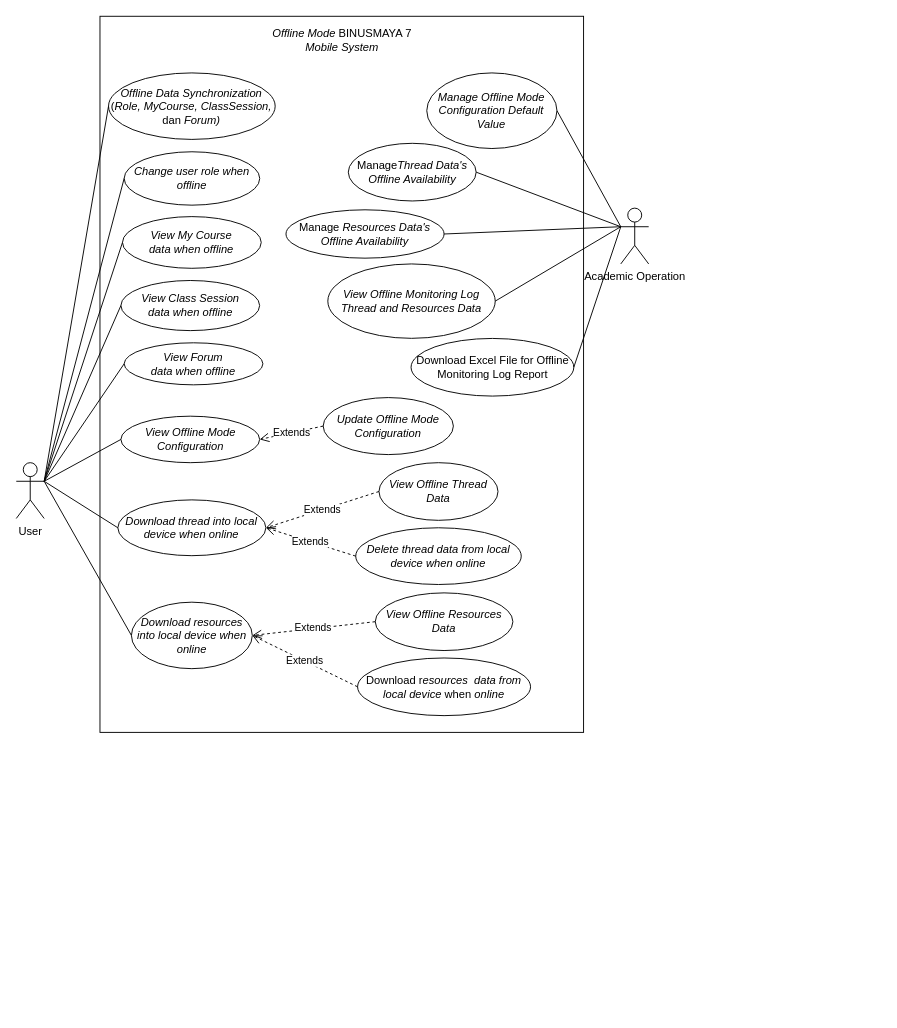
Earlier version of the draw.io diagram diagrams/UseCase.drawio (angeliawidjaja/offline-mode-paper). Source tidied: cells renumbered, new cells numbered last; positions are measured from the earlier drawing's top-left corner, leaving out a move shared by most shapes. Both pictures are drawn from the tidied source at 93%, with x=0, y=0 at pixel (16, 16).
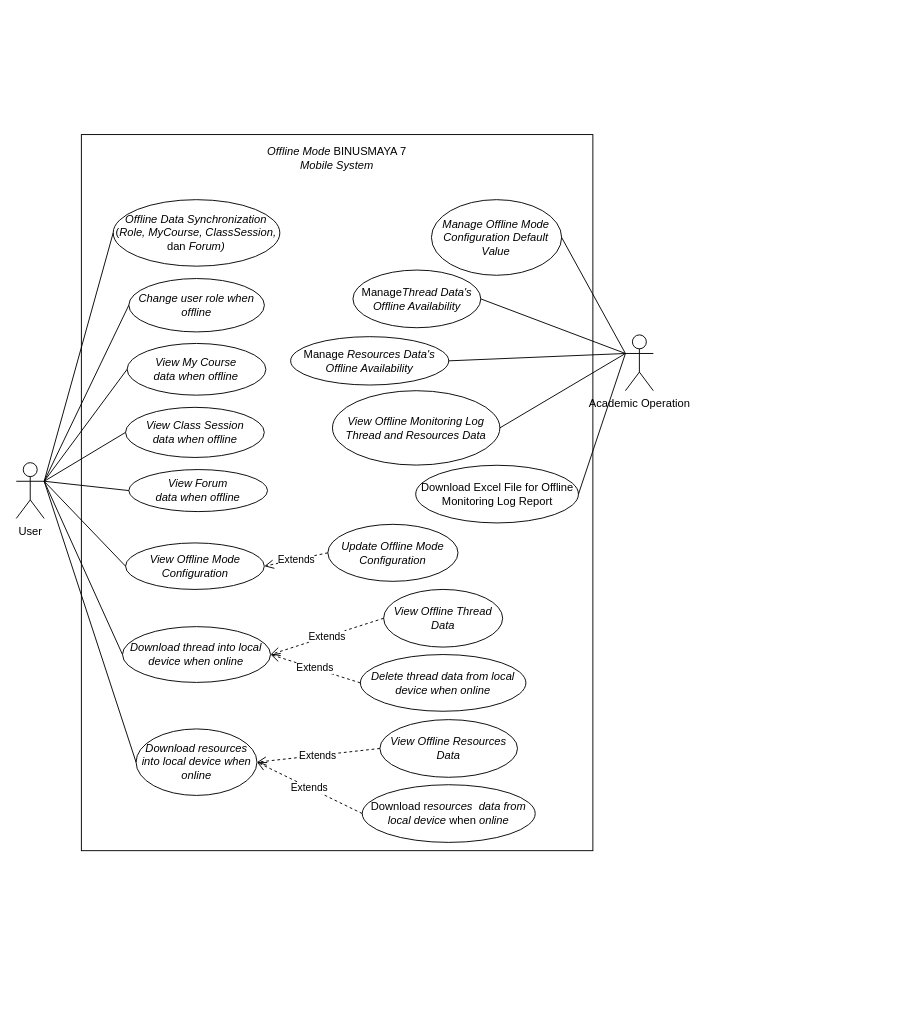
The same page after the edit.

Diff of the diagram source:
```diff
@@
+    <mxCell id="4" style="rounded=0;whiteSpace=wrap;html=1;flipH=1;" parent="1" vertex="1">
+      <mxGeometry x="70" y="127.2" width="550" height="770" as="geometry" />
+    </mxCell>
+    <mxCell id="34" value="&lt;i&gt;Offline Mode &lt;/i&gt;BINUSMAYA 7 &lt;i&gt;Mobile System&lt;/i&gt;" style="text;html=1;strokeColor=none;fillColor=none;align=center;verticalAlign=middle;whiteSpace=wrap;rounded=0;flipH=1;" parent="1" vertex="1">
+      <mxGeometry x="265.2" y="127.2" width="159.6" height="51.1" as="geometry" />
+    </mxCell>
@@
-    <mxCell id="3" style="group;" parent="1" vertex="1">
-      <mxGeometry x="90" width="840" height="1070" as="geometry" />
-    </mxCell>
-    <mxCell id="4" style="rounded=0;whiteSpace=wrap;html=1;flipH=1;" parent="3" vertex="1">
-      <mxGeometry width="520" height="770" as="geometry" />
-    </mxCell>
-    <mxCell id="5" value="&lt;i&gt;Offline Data Synchronization&lt;/i&gt;&lt;br&gt;(&lt;i&gt;Role, MyCourse, ClassSession, &lt;/i&gt;dan&lt;i&gt;&amp;nbsp;Forum)&lt;/i&gt;" style="ellipse;whiteSpace=wrap;html=1;" parent="3" vertex="1">
-      <mxGeometry x="9.2" y="60.9" width="179.2" height="71.5" as="geometry" />
+    <mxCell id="5" value="&lt;i&gt;Offline Data Synchronization&lt;/i&gt;&lt;br&gt;(&lt;i&gt;Role, MyCourse, ClassSession, &lt;/i&gt;dan&lt;i&gt;&amp;nbsp;Forum)&lt;/i&gt;" style="ellipse;whiteSpace=wrap;html=1;" parent="1" vertex="1">
+      <mxGeometry x="104.2" y="197.2" width="179.2" height="71.5" as="geometry" />
     </mxCell>
-    <mxCell id="6" value="&lt;i&gt;View&amp;nbsp;Offline Mode Configuration&lt;/i&gt;" style="ellipse;whiteSpace=wrap;html=1;" parent="3" vertex="1">
-      <mxGeometry x="22.5" y="430" width="149.2" height="50" as="geometry" />
+    <mxCell id="6" value="&lt;i&gt;View&amp;nbsp;Offline Mode Configuration&lt;/i&gt;" style="ellipse;whiteSpace=wrap;html=1;" parent="1" vertex="1">
+      <mxGeometry x="117.5" y="566.3" width="149.2" height="50" as="geometry" />
     </mxCell>
-    <mxCell id="7" value="&lt;i&gt;Change user role when offline&lt;/i&gt;" style="ellipse;whiteSpace=wrap;html=1;" parent="3" vertex="1">
-      <mxGeometry x="26" y="145.7" width="145.8" height="57.4" as="geometry" />
+    <mxCell id="7" value="&lt;i&gt;Change user role when offline&lt;/i&gt;" style="ellipse;whiteSpace=wrap;html=1;" parent="1" vertex="1">
+      <mxGeometry x="121" y="282" width="145.8" height="57.4" as="geometry" />
     </mxCell>
-    <mxCell id="8" value="&lt;i&gt;View My Course data&amp;nbsp;when&amp;nbsp;offline&lt;/i&gt;" style="ellipse;whiteSpace=wrap;html=1;" parent="3" vertex="1">
-      <mxGeometry x="24.2" y="215.4" width="149.2" height="55.6" as="geometry" />
+    <mxCell id="8" value="&lt;i&gt;View My Course data&amp;nbsp;when&amp;nbsp;offline&lt;/i&gt;" style="ellipse;whiteSpace=wrap;html=1;" parent="1" vertex="1">
+      <mxGeometry x="119.2" y="351.8" width="149.2" height="55.6" as="geometry" />
     </mxCell>
-    <mxCell id="9" value="&lt;i style=&quot;border-color: var(--border-color);&quot;&gt;View&amp;nbsp;Class Session data&amp;nbsp;when&amp;nbsp;offline&lt;/i&gt;" style="ellipse;whiteSpace=wrap;html=1;" parent="3" vertex="1">
-      <mxGeometry x="22.5" y="284.1" width="149.2" height="53.9" as="geometry" />
+    <mxCell id="9" value="&lt;i style=&quot;border-color: var(--border-color);&quot;&gt;View&amp;nbsp;Class Session data&amp;nbsp;when&amp;nbsp;offline&lt;/i&gt;" style="ellipse;whiteSpace=wrap;html=1;" parent="1" vertex="1">
+      <mxGeometry x="117.5" y="420.5" width="149.2" height="53.9" as="geometry" />
     </mxCell>
-    <mxCell id="10" value="&lt;i style=&quot;border-color: var(--border-color);&quot;&gt;View&amp;nbsp;Forum data&amp;nbsp;when&amp;nbsp;offline&lt;/i&gt;" style="ellipse;whiteSpace=wrap;html=1;" parent="3" vertex="1">
-      <mxGeometry x="26" y="351.1" width="149.2" height="45.2" as="geometry" />
+    <mxCell id="10" value="&lt;i style=&quot;border-color: var(--border-color);&quot;&gt;View&amp;nbsp;Forum data&amp;nbsp;when&amp;nbsp;offline&lt;/i&gt;" style="ellipse;whiteSpace=wrap;html=1;" parent="1" vertex="1">
+      <mxGeometry x="121" y="487.4" width="149.2" height="45.2" as="geometry" />
     </mxCell>
-    <mxCell id="11" value="&lt;i&gt;Download t&lt;span style=&quot;border-color: var(--border-color);&quot;&gt;hread into&amp;nbsp;&lt;/span&gt;local device when&amp;nbsp;&lt;span style=&quot;border-color: var(--border-color);&quot;&gt;online&lt;/span&gt;&lt;/i&gt;" style="ellipse;whiteSpace=wrap;html=1;" parent="3" vertex="1">
-      <mxGeometry x="19.2" y="520" width="159.2" height="60" as="geometry" />
+    <mxCell id="11" value="&lt;i&gt;Download t&lt;span style=&quot;border-color: var(--border-color);&quot;&gt;hread into&amp;nbsp;&lt;/span&gt;local device when&amp;nbsp;&lt;span style=&quot;border-color: var(--border-color);&quot;&gt;online&lt;/span&gt;&lt;/i&gt;" style="ellipse;whiteSpace=wrap;html=1;" parent="1" vertex="1">
+      <mxGeometry x="114.2" y="656.3" width="159.2" height="60" as="geometry" />
     </mxCell>
-    <mxCell id="12" value="&lt;i&gt;Download r&lt;span style=&quot;border-color: var(--border-color);&quot;&gt;esources into local device when online&lt;/span&gt;&lt;/i&gt;" style="ellipse;whiteSpace=wrap;html=1;" parent="3" vertex="1">
-      <mxGeometry x="33.8" y="630" width="130" height="71.5" as="geometry" />
+    <mxCell id="12" value="&lt;i&gt;Download r&lt;span style=&quot;border-color: var(--border-color);&quot;&gt;esources into local device when online&lt;/span&gt;&lt;/i&gt;" style="ellipse;whiteSpace=wrap;html=1;" parent="1" vertex="1">
+      <mxGeometry x="128.8" y="766.3" width="130" height="71.5" as="geometry" />
     </mxCell>
-    <mxCell id="13" value="&lt;i&gt;Update Offline Mode Configuration&lt;/i&gt;" style="ellipse;whiteSpace=wrap;html=1;" parent="3" vertex="1">
-      <mxGeometry x="240" y="410" width="140" height="61.3" as="geometry" />
+    <mxCell id="13" value="&lt;i&gt;Update Offline Mode Configuration&lt;/i&gt;" style="ellipse;whiteSpace=wrap;html=1;" parent="1" vertex="1">
+      <mxGeometry x="335" y="546.3" width="140" height="61.3" as="geometry" />
     </mxCell>
-    <mxCell id="14" value="&lt;i&gt;Manage Offline Mode Configuration Default Value&lt;/i&gt;" style="ellipse;whiteSpace=wrap;html=1;" parent="3" vertex="1">
-      <mxGeometry x="351.4" y="60.9" width="140" height="81.3" as="geometry" />
+    <mxCell id="14" value="&lt;i&gt;Manage Offline Mode Configuration Default Value&lt;/i&gt;" style="ellipse;whiteSpace=wrap;html=1;" parent="1" vertex="1">
+      <mxGeometry x="446.4" y="197.2" width="140" height="81.3" as="geometry" />
     </mxCell>
-    <mxCell id="15" value="Extends" style="endArrow=open;endSize=8;endFill=0;html=1;rounded=0;dashed=1;exitX=0;exitY=0.5;exitDx=0;exitDy=0;strokeWidth=1;entryX=1;entryY=0.5;entryDx=0;entryDy=0;" parent="3" edge="1" source="13" target="6">
+    <mxCell id="15" value="Extends" style="endArrow=open;endSize=8;endFill=0;html=1;rounded=0;dashed=1;exitX=0;exitY=0.5;exitDx=0;exitDy=0;strokeWidth=1;entryX=1;entryY=0.5;entryDx=0;entryDy=0;" parent="1" edge="1" source="13" target="6">
       <mxGeometry relative="1" as="geometry" />
     </mxCell>
-    <mxCell id="16" value="&lt;i&gt;&lt;span style=&quot;border-color: var(--border-color);&quot;&gt;View&amp;nbsp;&lt;/span&gt;&lt;span style=&quot;border-color: var(--border-color);&quot;&gt;Offline Thread Data&lt;/span&gt;&lt;/i&gt;" style="ellipse;whiteSpace=wrap;html=1;" parent="3" vertex="1">
-      <mxGeometry x="300" y="480" width="128" height="62" as="geometry" />
+    <mxCell id="16" value="&lt;i&gt;&lt;span style=&quot;border-color: var(--border-color);&quot;&gt;View&amp;nbsp;&lt;/span&gt;&lt;span style=&quot;border-color: var(--border-color);&quot;&gt;Offline Thread Data&lt;/span&gt;&lt;/i&gt;" style="ellipse;whiteSpace=wrap;html=1;" parent="1" vertex="1">
+      <mxGeometry x="395" y="616.3" width="128" height="62" as="geometry" />
     </mxCell>
-    <mxCell id="17" value="&lt;i&gt;View&amp;nbsp;&lt;span style=&quot;border-color: var(--border-color);&quot;&gt;Offline&amp;nbsp;Resources Data&lt;/span&gt;&lt;/i&gt;" style="ellipse;whiteSpace=wrap;html=1;" parent="3" vertex="1">
-      <mxGeometry x="296" y="620" width="148" height="62" as="geometry" />
+    <mxCell id="17" value="&lt;i&gt;View&amp;nbsp;&lt;span style=&quot;border-color: var(--border-color);&quot;&gt;Offline&amp;nbsp;Resources Data&lt;/span&gt;&lt;/i&gt;" style="ellipse;whiteSpace=wrap;html=1;" parent="1" vertex="1">
+      <mxGeometry x="391" y="756.3" width="148" height="62" as="geometry" />
     </mxCell>
-    <mxCell id="18" value="&lt;i&gt;Delete thread data from local device when online&lt;/i&gt;" style="ellipse;whiteSpace=wrap;html=1;" parent="3" vertex="1">
-      <mxGeometry x="275" y="550" width="178" height="61" as="geometry" />
+    <mxCell id="18" value="&lt;i&gt;Delete thread data from local device when online&lt;/i&gt;" style="ellipse;whiteSpace=wrap;html=1;" parent="1" vertex="1">
+      <mxGeometry x="370" y="686.3" width="178" height="61" as="geometry" />
     </mxCell>
-    <mxCell id="19" value="Extends" style="endArrow=open;endSize=8;endFill=0;html=1;rounded=0;dashed=1;exitX=0;exitY=0.5;exitDx=0;exitDy=0;entryX=1;entryY=0.5;entryDx=0;entryDy=0;strokeWidth=1;" parent="3" edge="1" source="16" target="11">
+    <mxCell id="19" value="Extends" style="endArrow=open;endSize=8;endFill=0;html=1;rounded=0;dashed=1;exitX=0;exitY=0.5;exitDx=0;exitDy=0;entryX=1;entryY=0.5;entryDx=0;entryDy=0;strokeWidth=1;" parent="1" edge="1" source="16" target="11">
       <mxGeometry relative="1" as="geometry" />
     </mxCell>
-    <mxCell id="20" value="Extends" style="endArrow=open;endSize=8;endFill=0;html=1;rounded=0;dashed=1;exitX=0;exitY=0.5;exitDx=0;exitDy=0;entryX=1;entryY=0.5;entryDx=0;entryDy=0;strokeWidth=1;" parent="3" edge="1" source="18" target="11">
+    <mxCell id="20" value="Extends" style="endArrow=open;endSize=8;endFill=0;html=1;rounded=0;dashed=1;exitX=0;exitY=0.5;exitDx=0;exitDy=0;entryX=1;entryY=0.5;entryDx=0;entryDy=0;strokeWidth=1;" parent="1" edge="1" source="18" target="11">
       <mxGeometry relative="1" as="geometry" />
     </mxCell>
-    <mxCell id="21" value="Download r&lt;i&gt;esources&amp;nbsp; data from local device&amp;nbsp;&lt;/i&gt;when&amp;nbsp;&lt;i&gt;online&lt;/i&gt;" style="ellipse;whiteSpace=wrap;html=1;" parent="3" vertex="1">
-      <mxGeometry x="277" y="690" width="186" height="62" as="geometry" />
+    <mxCell id="21" value="Download r&lt;i&gt;esources&amp;nbsp; data from local device&amp;nbsp;&lt;/i&gt;when&amp;nbsp;&lt;i&gt;online&lt;/i&gt;" style="ellipse;whiteSpace=wrap;html=1;" parent="1" vertex="1">
+      <mxGeometry x="372" y="826.3" width="186" height="62" as="geometry" />
     </mxCell>
-    <mxCell id="22" value="Extends" style="endArrow=open;endSize=8;endFill=0;html=1;rounded=0;dashed=1;exitX=0;exitY=0.5;exitDx=0;exitDy=0;entryX=1;entryY=0.5;entryDx=0;entryDy=0;strokeWidth=1;" parent="3" edge="1" source="17" target="12">
+    <mxCell id="22" value="Extends" style="endArrow=open;endSize=8;endFill=0;html=1;rounded=0;dashed=1;exitX=0;exitY=0.5;exitDx=0;exitDy=0;entryX=1;entryY=0.5;entryDx=0;entryDy=0;strokeWidth=1;" parent="1" edge="1" source="17" target="12">
       <mxGeometry relative="1" as="geometry" />
     </mxCell>
-    <mxCell id="23" value="Extends" style="endArrow=open;endSize=8;endFill=0;html=1;rounded=0;dashed=1;exitX=0;exitY=0.5;exitDx=0;exitDy=0;entryX=1;entryY=0.5;entryDx=0;entryDy=0;strokeWidth=1;" parent="3" edge="1" source="21" target="12">
+    <mxCell id="23" value="Extends" style="endArrow=open;endSize=8;endFill=0;html=1;rounded=0;dashed=1;exitX=0;exitY=0.5;exitDx=0;exitDy=0;entryX=1;entryY=0.5;entryDx=0;entryDy=0;strokeWidth=1;" parent="1" edge="1" source="21" target="12">
       <mxGeometry relative="1" as="geometry" />
     </mxCell>
-    <mxCell id="24" value="Manage&lt;i&gt;Thread Data's Offline Availability&lt;/i&gt;" style="ellipse;whiteSpace=wrap;html=1;" parent="3" vertex="1">
-      <mxGeometry x="267" y="136.6" width="137.5" height="62" as="geometry" />
+    <mxCell id="24" value="Manage&lt;i&gt;Thread Data's Offline Availability&lt;/i&gt;" style="ellipse;whiteSpace=wrap;html=1;" parent="1" vertex="1">
+      <mxGeometry x="362" y="272.9" width="137.5" height="62" as="geometry" />
     </mxCell>
-    <mxCell id="25" value="Manage&amp;nbsp;&lt;i&gt;Resources Data's Offline Availability&lt;/i&gt;" style="ellipse;whiteSpace=wrap;html=1;" parent="3" vertex="1">
-      <mxGeometry x="200" y="208.1" width="170" height="52" as="geometry" />
+    <mxCell id="25" value="Manage&amp;nbsp;&lt;i&gt;Resources Data's Offline Availability&lt;/i&gt;" style="ellipse;whiteSpace=wrap;html=1;" parent="1" vertex="1">
+      <mxGeometry x="295" y="344.5" width="170" height="52" as="geometry" />
     </mxCell>
-    <mxCell id="26" value="&lt;i&gt;View Offline Monitoring Log Thread and Resources Data&lt;/i&gt;" style="ellipse;whiteSpace=wrap;html=1;" parent="3" vertex="1">
-      <mxGeometry x="245" y="266.3" width="180" height="80" as="geometry" />
+    <mxCell id="26" value="&lt;i&gt;View Offline Monitoring Log Thread and Resources Data&lt;/i&gt;" style="ellipse;whiteSpace=wrap;html=1;" parent="1" vertex="1">
+      <mxGeometry x="340" y="402.6" width="180" height="80" as="geometry" />
     </mxCell>
-    <mxCell id="27" value="Download Excel File for Offline Monitoring Log Report" style="ellipse;whiteSpace=wrap;html=1;" parent="3" vertex="1">
-      <mxGeometry x="334.5" y="346.4" width="175" height="62" as="geometry" />
+    <mxCell id="27" value="Download Excel File for Offline Monitoring Log Report" style="ellipse;whiteSpace=wrap;html=1;" parent="1" vertex="1">
+      <mxGeometry x="429.5" y="482.8" width="175" height="62" as="geometry" />
     </mxCell>
-    <mxCell id="28" value="Academic Operation" style="shape=umlActor;verticalLabelPosition=bottom;verticalAlign=top;html=1;outlineConnect=0;" parent="3" vertex="1">
-      <mxGeometry x="560" y="206.3" width="30" height="60" as="geometry" />
+    <mxCell id="28" value="Academic Operation" style="shape=umlActor;verticalLabelPosition=bottom;verticalAlign=top;html=1;outlineConnect=0;" parent="1" vertex="1">
+      <mxGeometry x="655" y="342.6" width="30" height="60" as="geometry" />
     </mxCell>
-    <mxCell id="29" style="edgeStyle=none;rounded=0;jettySize=auto;html=1;entryX=1;entryY=0.5;entryDx=0;entryDy=0;endArrow=none;endFill=0;exitX=0;exitY=0.3333333333333333;exitDx=0;exitDy=0;exitPerimeter=0;" parent="3" edge="1" source="28" target="14">
+    <mxCell id="29" style="edgeStyle=none;rounded=0;jettySize=auto;html=1;entryX=1;entryY=0.5;entryDx=0;entryDy=0;endArrow=none;endFill=0;exitX=0;exitY=0.3333333333333333;exitDx=0;exitDy=0;exitPerimeter=0;" parent="1" edge="1" source="28" target="14">
       <mxGeometry relative="1" as="geometry" />
     </mxCell>
-    <mxCell id="30" style="edgeStyle=none;rounded=0;jettySize=auto;html=1;entryX=1;entryY=0.5;entryDx=0;entryDy=0;endArrow=none;endFill=0;exitX=0;exitY=0.3333333333333333;exitDx=0;exitDy=0;exitPerimeter=0;" parent="3" edge="1" source="28" target="25">
+    <mxCell id="30" style="edgeStyle=none;rounded=0;jettySize=auto;html=1;entryX=1;entryY=0.5;entryDx=0;entryDy=0;endArrow=none;endFill=0;exitX=0;exitY=0.3333333333333333;exitDx=0;exitDy=0;exitPerimeter=0;" parent="1" edge="1" source="28" target="25">
       <mxGeometry relative="1" as="geometry" />
     </mxCell>
-    <mxCell id="31" style="edgeStyle=none;rounded=0;jettySize=auto;html=1;entryX=1;entryY=0.5;entryDx=0;entryDy=0;endArrow=none;endFill=0;exitX=0;exitY=0.3333333333333333;exitDx=0;exitDy=0;exitPerimeter=0;" parent="3" edge="1" source="28" target="27">
+    <mxCell id="31" style="edgeStyle=none;rounded=0;jettySize=auto;html=1;entryX=1;entryY=0.5;entryDx=0;entryDy=0;endArrow=none;endFill=0;exitX=0;exitY=0.3333333333333333;exitDx=0;exitDy=0;exitPerimeter=0;" parent="1" edge="1" source="28" target="27">
       <mxGeometry relative="1" as="geometry" />
     </mxCell>
-    <mxCell id="32" style="edgeStyle=none;rounded=0;jettySize=auto;html=1;entryX=1;entryY=0.5;entryDx=0;entryDy=0;endArrow=none;endFill=0;exitX=0;exitY=0.3333333333333333;exitDx=0;exitDy=0;exitPerimeter=0;" parent="3" edge="1" source="28" target="26">
+    <mxCell id="32" style="edgeStyle=none;rounded=0;jettySize=auto;html=1;entryX=1;entryY=0.5;entryDx=0;entryDy=0;endArrow=none;endFill=0;exitX=0;exitY=0.3333333333333333;exitDx=0;exitDy=0;exitPerimeter=0;" parent="1" edge="1" source="28" target="26">
       <mxGeometry relative="1" as="geometry" />
     </mxCell>
-    <mxCell id="33" style="edgeStyle=none;rounded=0;jettySize=auto;html=1;entryX=1;entryY=0.5;entryDx=0;entryDy=0;endArrow=none;endFill=0;exitX=0;exitY=0.3333333333333333;exitDx=0;exitDy=0;exitPerimeter=0;" parent="3" edge="1" source="28" target="24">
+    <mxCell id="33" style="edgeStyle=none;rounded=0;jettySize=auto;html=1;entryX=1;entryY=0.5;entryDx=0;entryDy=0;endArrow=none;endFill=0;exitX=0;exitY=0.3333333333333333;exitDx=0;exitDy=0;exitPerimeter=0;" parent="1" edge="1" source="28" target="24">
       <mxGeometry relative="1" as="geometry" />
     </mxCell>
-    <mxCell id="34" value="&lt;i&gt;Offline Mode &lt;/i&gt;BINUSMAYA 7 &lt;i&gt;Mobile System&lt;/i&gt;" style="text;html=1;strokeColor=none;fillColor=none;align=center;verticalAlign=middle;whiteSpace=wrap;rounded=0;flipH=1;" parent="3" vertex="1">
-      <mxGeometry x="168.6" width="182.8" height="51.1" as="geometry" />
-    </mxCell>
```
